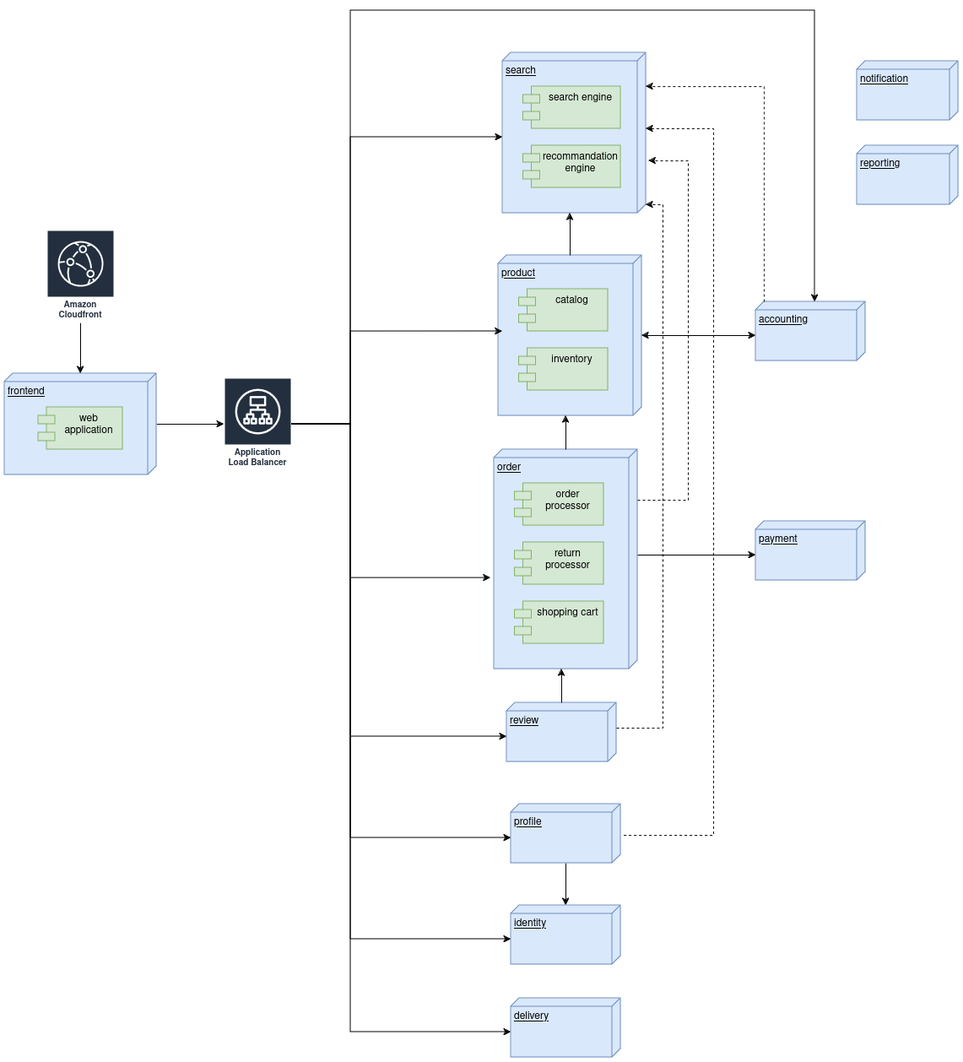
This is workflows/components_architecture.png from movies-albrains/.github, a draw.io export, as it was before one commit. Source tidied: cells renumbered, new cells last; positions are measured from the earlier drawing's top-left corner, leaving out a move shared by most shapes.
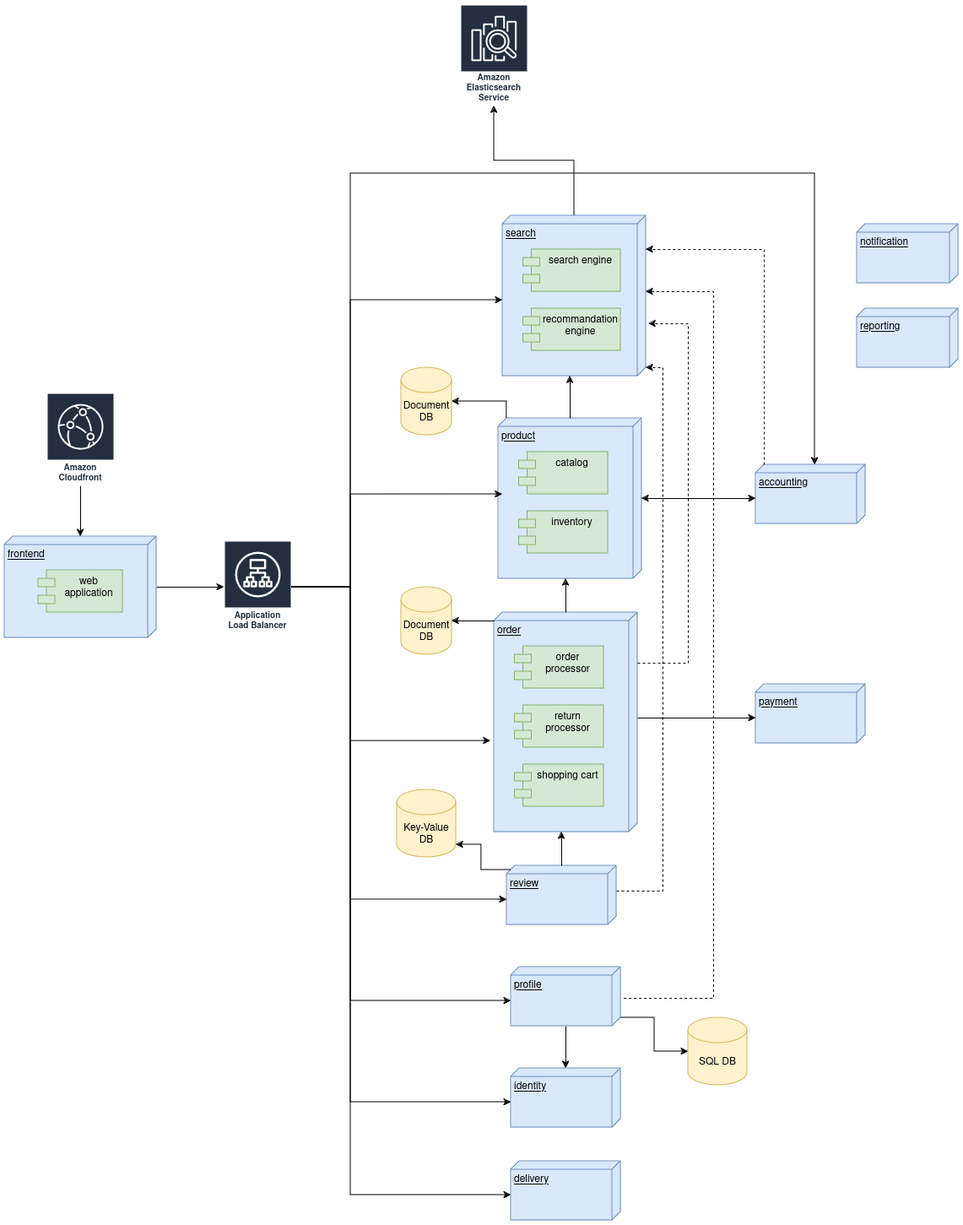
Later version of the same file.

What changed in the source:
```diff
@@ -35,6 +35,9 @@
     <mxCell id="12" value="reporting" style="verticalAlign=top;align=left;spacingTop=8;spacingLeft=2;spacingRight=12;shape=cube;size=10;direction=south;fontStyle=4;html=1;whiteSpace=wrap;fillColor=#dae8fc;strokeColor=#6c8ebf;" parent="1" vertex="1">
       <mxGeometry x="1010" y="160" width="120" height="70" as="geometry" />
     </mxCell>
+    <mxCell id="44" style="edgeStyle=orthogonalEdgeStyle;rounded=0;jettySize=auto;html=1;exitX=0;exitY=0;exitDx=0;exitDy=160;exitPerimeter=0;" parent="1" edge="1" source="13" target="48">
+      <mxGeometry relative="1" as="geometry" />
+    </mxCell>
     <mxCell id="13" value="product" style="verticalAlign=top;align=left;spacingTop=8;spacingLeft=2;spacingRight=12;shape=cube;size=10;direction=south;fontStyle=4;html=1;whiteSpace=wrap;fillColor=#dae8fc;strokeColor=#6c8ebf;" parent="1" vertex="1">
       <mxGeometry x="585" y="290" width="170" height="190" as="geometry" />
     </mxCell>
@@ -56,6 +59,9 @@
     <mxCell id="19" value="review" style="verticalAlign=top;align=left;spacingTop=8;spacingLeft=2;spacingRight=12;shape=cube;size=10;direction=south;fontStyle=4;html=1;whiteSpace=wrap;fillColor=#dae8fc;strokeColor=#6c8ebf;" parent="1" vertex="1">
       <mxGeometry x="595" y="820" width="130" height="70" as="geometry" />
     </mxCell>
+    <mxCell id="45" style="edgeStyle=orthogonalEdgeStyle;rounded=0;jettySize=auto;html=1;" parent="1" edge="1" source="20" target="51">
+      <mxGeometry relative="1" as="geometry" />
+    </mxCell>
     <mxCell id="20" value="search" style="verticalAlign=top;align=left;spacingTop=8;spacingLeft=2;spacingRight=12;shape=cube;size=10;direction=south;fontStyle=4;html=1;whiteSpace=wrap;fillColor=#dae8fc;strokeColor=#6c8ebf;" parent="1" vertex="1">
       <mxGeometry x="590" y="50" width="170" height="190" as="geometry" />
     </mxCell>
@@ -178,5 +184,29 @@
     <mxCell id="43" value="Amazon Cloudfront" style="sketch=0;outlineConnect=0;fontColor=#232F3E;gradientColor=none;strokeColor=#ffffff;fillColor=#232F3E;dashed=0;verticalLabelPosition=middle;verticalAlign=bottom;align=center;html=1;whiteSpace=wrap;fontSize=10;fontStyle=1;spacing=3;shape=mxgraph.aws4.productIcon;prIcon=mxgraph.aws4.cloudfront;" parent="1" vertex="1">
       <mxGeometry x="50" y="260" width="80" height="110" as="geometry" />
     </mxCell>
+    <mxCell id="46" value="SQL DB" style="shape=cylinder3;whiteSpace=wrap;html=1;boundedLbl=1;backgroundOutline=1;size=15;fillColor=#fff2cc;strokeColor=#d6b656;" parent="1" vertex="1">
+      <mxGeometry x="810" y="1000" width="70" height="80" as="geometry" />
+    </mxCell>
+    <mxCell id="47" style="edgeStyle=orthogonalEdgeStyle;rounded=0;jettySize=auto;html=1;exitX=0;exitY=0;exitDx=60;exitDy=0;exitPerimeter=0;entryX=0;entryY=0.5;entryDx=0;entryDy=0;entryPerimeter=0;" parent="1" edge="1" source="17" target="46">
+      <mxGeometry relative="1" as="geometry" />
+    </mxCell>
+    <mxCell id="48" value="Document DB" style="shape=cylinder3;whiteSpace=wrap;html=1;boundedLbl=1;backgroundOutline=1;size=15;fillColor=#fff2cc;strokeColor=#d6b656;" parent="1" vertex="1">
+      <mxGeometry x="470" y="230" width="60" height="80" as="geometry" />
+    </mxCell>
+    <mxCell id="49" value="Document DB" style="shape=cylinder3;whiteSpace=wrap;html=1;boundedLbl=1;backgroundOutline=1;size=15;fillColor=#fff2cc;strokeColor=#d6b656;" parent="1" vertex="1">
+      <mxGeometry x="470" y="490" width="60" height="80" as="geometry" />
+    </mxCell>
+    <mxCell id="50" style="edgeStyle=orthogonalEdgeStyle;rounded=0;jettySize=auto;html=1;exitX=0;exitY=0;exitDx=10;exitDy=170;exitPerimeter=0;entryX=1;entryY=0.5;entryDx=0;entryDy=0;entryPerimeter=0;" parent="1" edge="1" source="5" target="49">
+      <mxGeometry relative="1" as="geometry" />
+    </mxCell>
+    <mxCell id="51" value="Amazon Elasticsearch Service" style="sketch=0;outlineConnect=0;fontColor=#232F3E;gradientColor=none;strokeColor=#ffffff;fillColor=#232F3E;dashed=0;verticalLabelPosition=middle;verticalAlign=bottom;align=center;html=1;whiteSpace=wrap;fontSize=10;fontStyle=1;spacing=3;shape=mxgraph.aws4.productIcon;prIcon=mxgraph.aws4.elasticsearch_service;" parent="1" vertex="1">
+      <mxGeometry x="540" y="-200" width="80" height="120" as="geometry" />
+    </mxCell>
+    <mxCell id="52" value="Key-Value DB" style="shape=cylinder3;whiteSpace=wrap;html=1;boundedLbl=1;backgroundOutline=1;size=15;fillColor=#fff2cc;strokeColor=#d6b656;" parent="1" vertex="1">
+      <mxGeometry x="465" y="730" width="70" height="80" as="geometry" />
+    </mxCell>
+    <mxCell id="53" style="edgeStyle=orthogonalEdgeStyle;rounded=0;jettySize=auto;html=1;exitX=0;exitY=0;exitDx=5;exitDy=125;exitPerimeter=0;entryX=1;entryY=1;entryDx=0;entryDy=-15;entryPerimeter=0;" parent="1" edge="1" source="19" target="52">
+      <mxGeometry relative="1" as="geometry" />
+    </mxCell>
   </root>
 </mxGraphModel>
```
